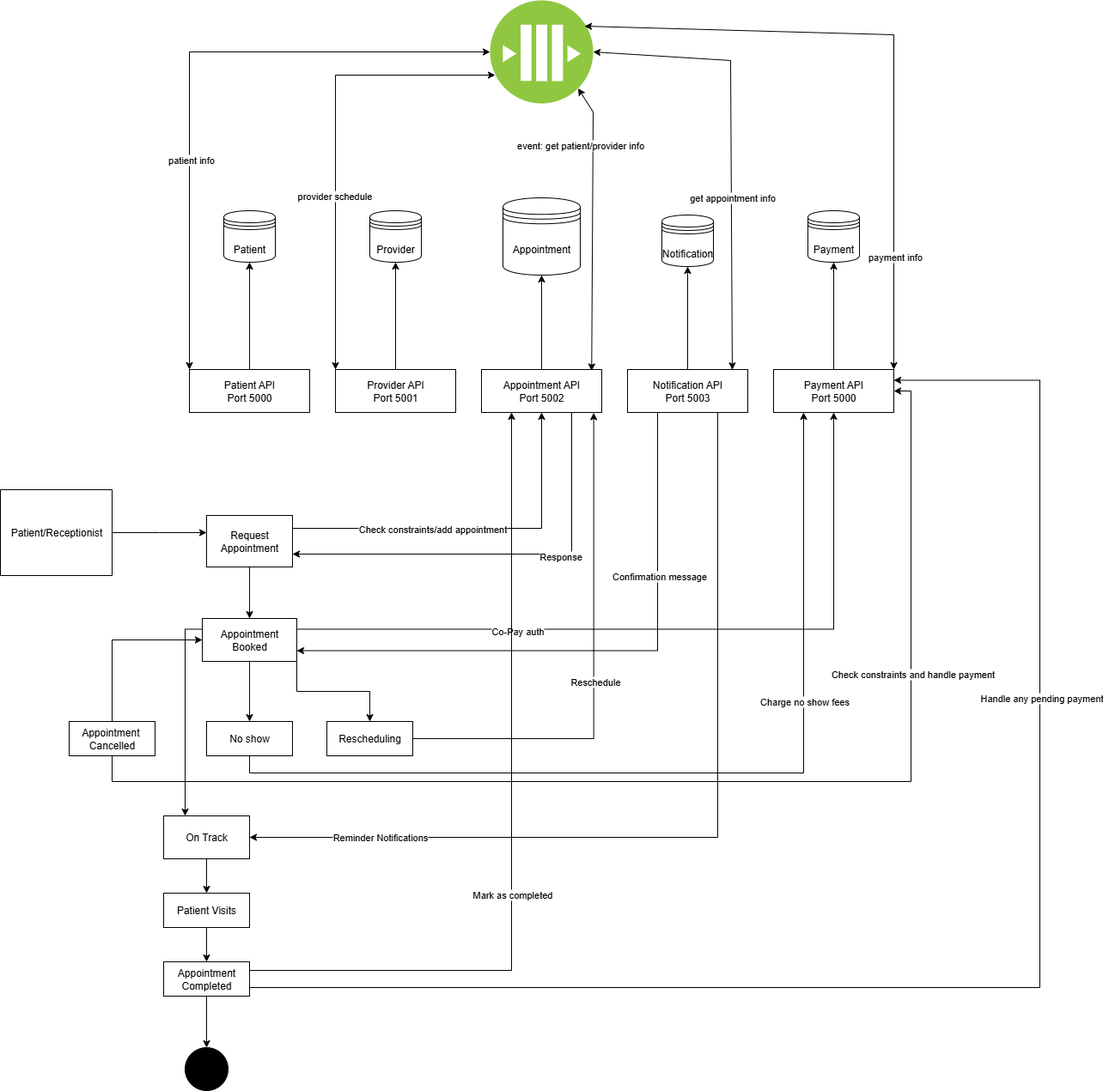
The draw.io diagram MicroService Architecture/Flow Diagram.drawio.png in dawood23/CureMD-Bootcamp, before a commit. Source tidied: cells renumbered, new cells last; positions are measured from the earlier drawing's top-left corner, leaving out a move shared by most shapes.
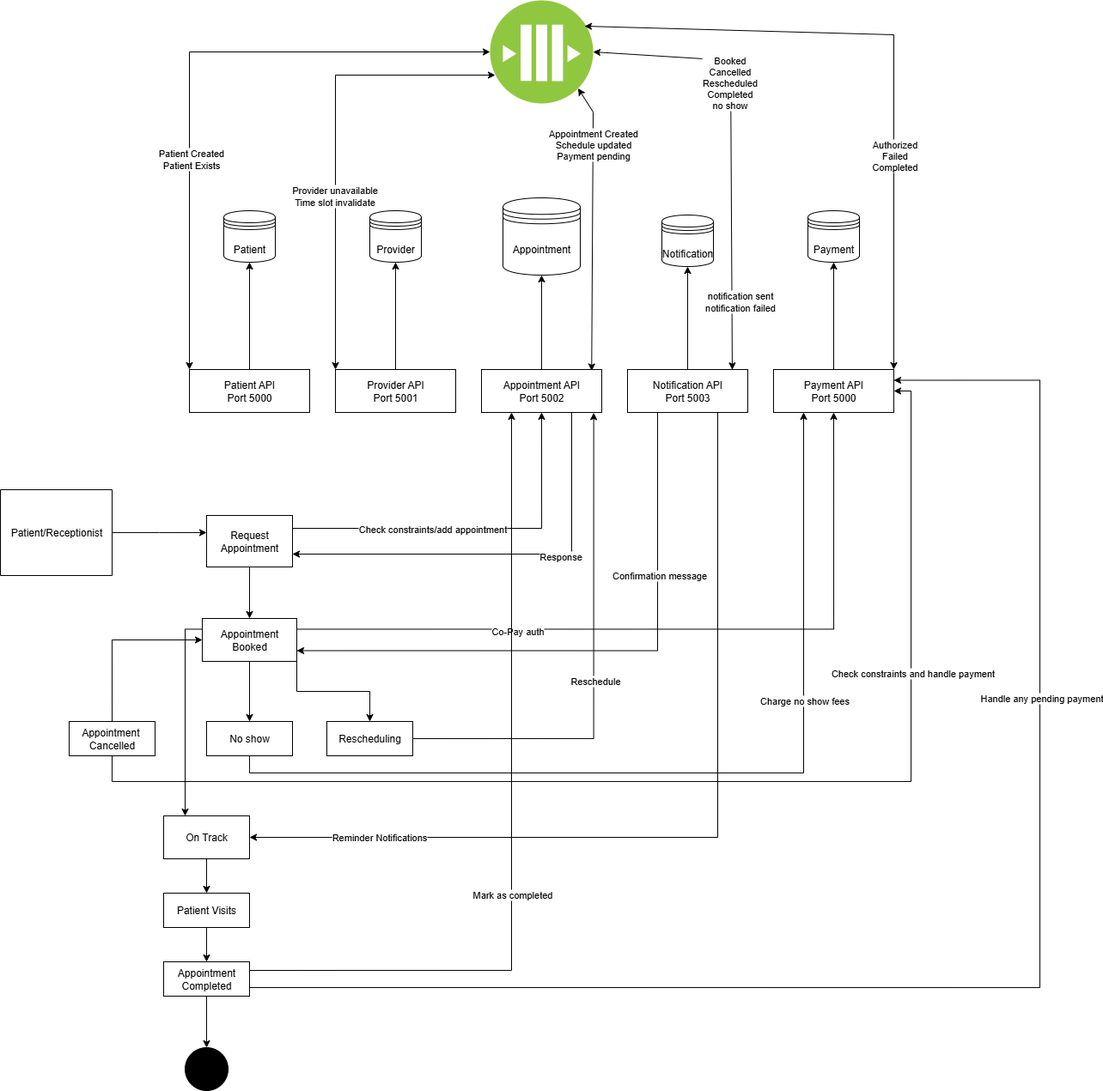
Later version of the same file.

Diff of the diagram source:
```diff
@@ -119,7 +119,7 @@
         </Array>
       </mxGeometry>
     </mxCell>
-    <mxCell id="37" value="patient info" style="edgeLabel;html=1;align=center;verticalAlign=middle;" parent="36" vertex="1">
+    <mxCell id="37" value="Patient Created&lt;div&gt;Patient Exists&lt;/div&gt;" style="edgeLabel;html=1;align=center;verticalAlign=middle;" parent="36" vertex="1">
       <mxGeometry x="-0.32" y="-1" relative="1" as="geometry" />
     </mxCell>
     <mxCell id="38" style="endArrow=classic;startArrow=classic;html=1;rounded=0;exitX=0;exitY=0;exitDx=0;exitDy=0;" parent="1" edge="1" source="15">
@@ -130,7 +130,7 @@
         </Array>
       </mxGeometry>
     </mxCell>
-    <mxCell id="39" value="provider schedule" style="edgeLabel;html=1;align=center;verticalAlign=middle;" parent="38" vertex="1">
+    <mxCell id="39" value="Provider unavailable&lt;br&gt;Time slot invalidate" style="edgeLabel;html=1;align=center;verticalAlign=middle;" parent="38" vertex="1">
       <mxGeometry x="-0.24" y="2" relative="1" as="geometry" />
     </mxCell>
     <mxCell id="40" style="endArrow=classic;startArrow=classic;html=1;rounded=0;entryX=1;entryY=0.5;entryDx=0;entryDy=0;exitX=0.871;exitY=0.005;exitDx=0;exitDy=0;exitPerimeter=0;" parent="1" edge="1" source="25" target="35">
@@ -140,11 +140,14 @@
         </Array>
       </mxGeometry>
     </mxCell>
-    <mxCell id="41" value="get appointment info" style="edgeLabel;html=1;align=center;verticalAlign=middle;" parent="40" vertex="1">
+    <mxCell id="41" value="notification sent&lt;br&gt;notification failed" style="edgeLabel;html=1;align=center;verticalAlign=middle;" parent="40" vertex="1">
       <mxGeometry x="-0.44" y="-2" relative="1" as="geometry">
-        <mxPoint x="-2" y="-56" as="offset" />
+        <mxPoint x="7" y="65" as="offset" />
       </mxGeometry>
     </mxCell>
+    <mxCell id="73" value="Booked&lt;div&gt;Cancelled&lt;/div&gt;&lt;div&gt;Rescheduled&lt;/div&gt;&lt;div&gt;Completed&lt;/div&gt;&lt;div&gt;no show&lt;/div&gt;" style="edgeLabel;html=1;align=center;verticalAlign=middle;" parent="40" vertex="1">
+      <mxGeometry x="0.28" y="2" relative="1" as="geometry" />
+    </mxCell>
     <mxCell id="42" style="endArrow=classic;startArrow=classic;html=1;rounded=0;entryX=1;entryY=0.25;entryDx=0;entryDy=0;exitX=1;exitY=0;exitDx=0;exitDy=0;" parent="1" edge="1">
       <mxGeometry relative="1" as="geometry">
         <mxPoint x="1040" y="430" as="sourcePoint" />
@@ -154,8 +157,10 @@
         </Array>
       </mxGeometry>
     </mxCell>
-    <mxCell id="43" value="payment info&amp;nbsp;" style="edgeLabel;html=1;align=center;verticalAlign=middle;" parent="42" vertex="1">
-      <mxGeometry x="-0.65" y="-2" relative="1" as="geometry" />
+    <mxCell id="43" value="Authorized&lt;div&gt;Failed&lt;/div&gt;&lt;div&gt;Completed&lt;/div&gt;" style="edgeLabel;html=1;align=center;verticalAlign=middle;" parent="42" vertex="1">
+      <mxGeometry x="-0.65" y="-2" relative="1" as="geometry">
+        <mxPoint x="-2" y="-118" as="offset" />
+      </mxGeometry>
     </mxCell>
     <mxCell id="44" style="endArrow=classic;startArrow=classic;html=1;rounded=0;exitX=0.916;exitY=0.03;exitDx=0;exitDy=0;entryX=1;entryY=1;entryDx=0;entryDy=0;exitPerimeter=0;" parent="1" edge="1" source="19" target="35">
       <mxGeometry relative="1" as="geometry">
@@ -164,11 +169,9 @@
         </Array>
       </mxGeometry>
     </mxCell>
-    <mxCell id="45" value="event: get patient/provider info" style="edgeLabel;html=1;align=center;verticalAlign=middle;" parent="44" vertex="1">
-      <mxGeometry x="0.09" y="-3" relative="1" as="geometry">
-        <mxPoint x="-18" y="-82" as="offset" />
-      </mxGeometry>
-    </mxCell>
+    <mxCell id="74" value="Appointment Created&lt;div&gt;Schedule updated&lt;/div&gt;&lt;div&gt;Payment pending&lt;/div&gt;" style="edgeLabel;html=1;align=center;verticalAlign=middle;" parent="44" vertex="1">
+      <mxGeometry x="0.58" relative="1" as="geometry" />
+    </mxCell>
     <mxCell id="46" style="edgeStyle=orthogonalEdgeStyle;rounded=0;jettySize=auto;html=1;exitX=1;exitY=0.25;exitDx=0;exitDy=0;entryX=0.5;entryY=1;entryDx=0;entryDy=0;" parent="1" edge="1" source="51" target="27">
       <mxGeometry relative="1" as="geometry" />
     </mxCell>
```
